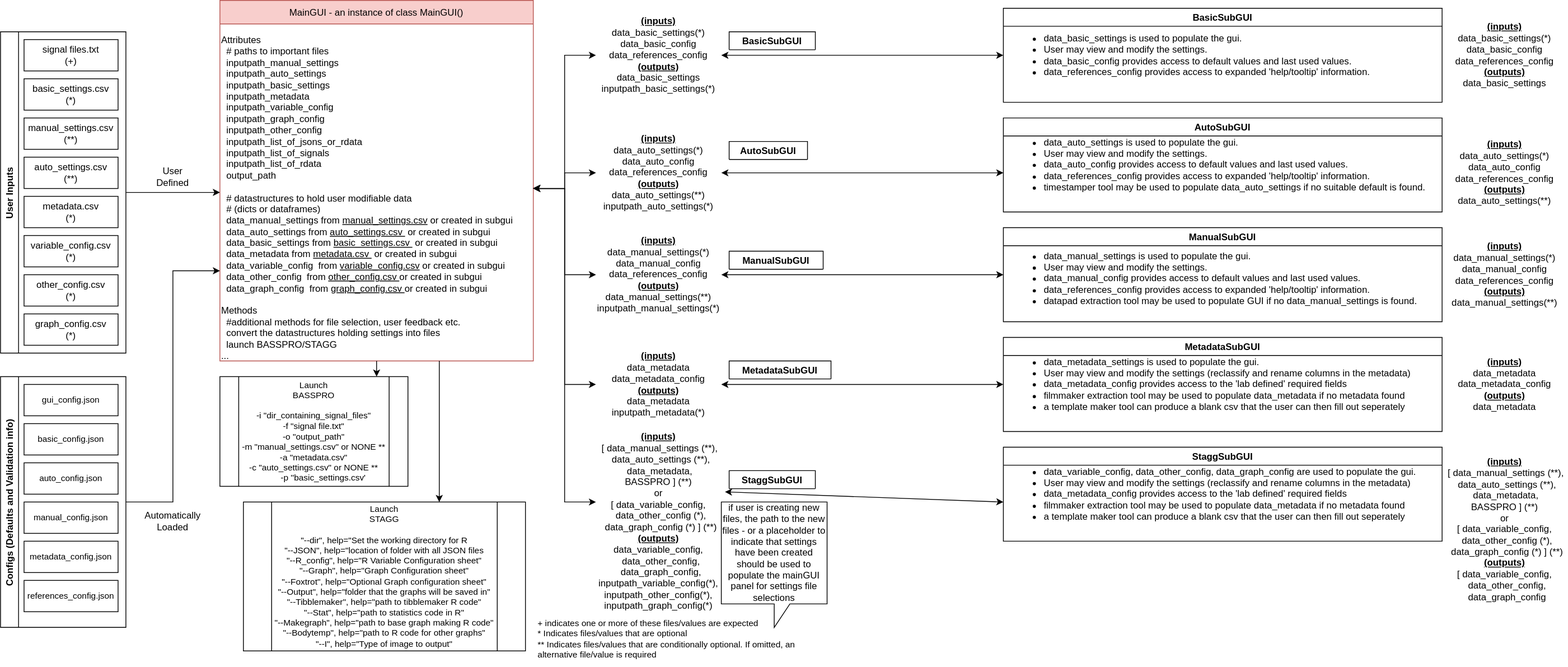
Above: subGUI-BackEnd-Schema.drawio - Copy.svg in MolecularNeurobiology/Breathe_Easy (draw.io), before the change. Source tidied: cells renumbered, new cells last; positions are measured from the earlier drawing's top-left corner, leaving out a move shared by most shapes.
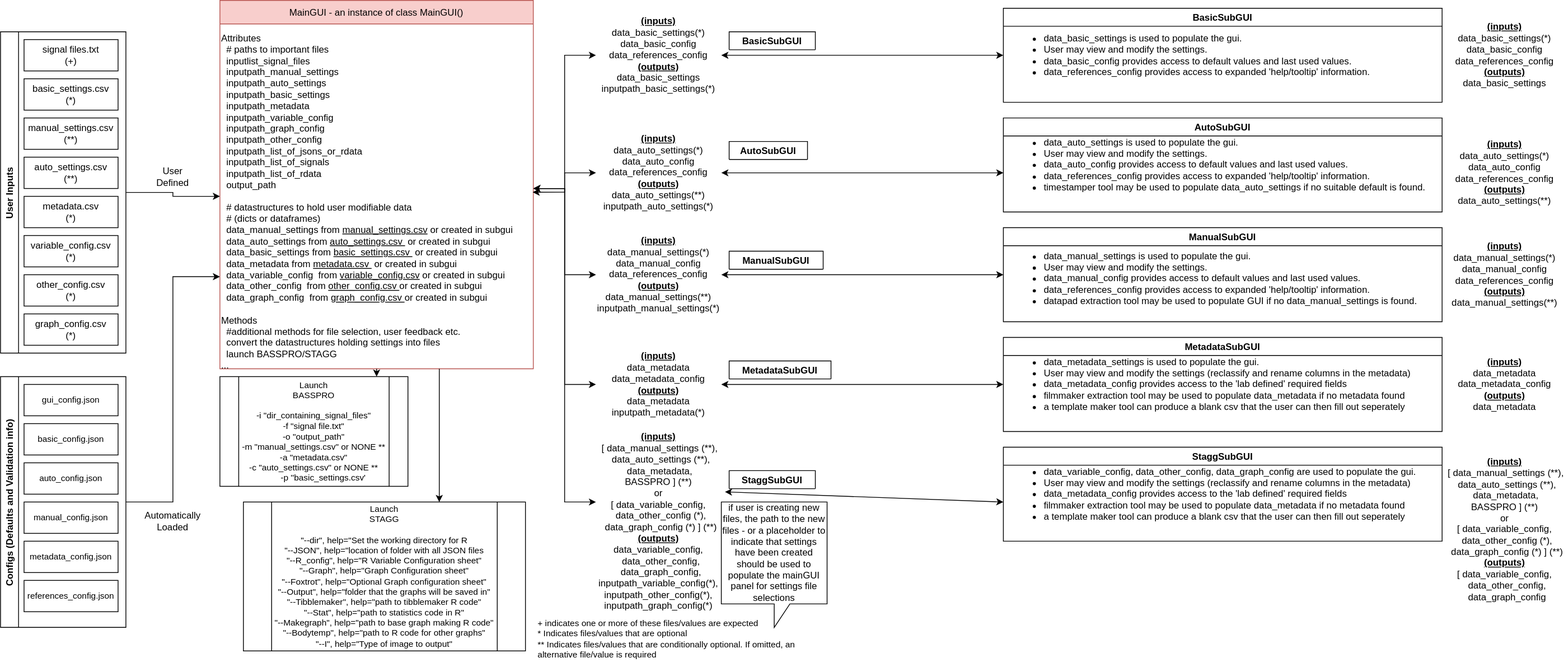
The same file after the commit.

Change to the diagram source:
```diff
@@ -3,10 +3,10 @@
     <mxCell id="0" />
     <mxCell id="1" parent="0" />
     <mxCell id="2" value="MainGUI - an instance of class MainGUI()" style="swimlane;fontStyle=0;horizontal=1;startSize=30;fillColor=#f8cecc;strokeColor=#b85450;" parent="1" vertex="1">
-      <mxGeometry x="280" width="400" height="460" as="geometry" />
+      <mxGeometry x="280" width="400" height="470" as="geometry" />
     </mxCell>
-    <mxCell id="3" value="&lt;br&gt;Attributes&lt;br style=&quot;padding: 0px ; margin: 0px&quot;&gt;&amp;nbsp; # paths to important files&lt;br style=&quot;padding: 0px ; margin: 0px&quot;&gt;&amp;nbsp; inputpath_manual_settings&lt;br style=&quot;padding: 0px ; margin: 0px&quot;&gt;&amp;nbsp; inputpath_auto_settings&lt;br style=&quot;padding: 0px ; margin: 0px&quot;&gt;&amp;nbsp; inputpath_basic_settings&lt;br style=&quot;padding: 0px ; margin: 0px&quot;&gt;&amp;nbsp; inputpath_metadata&lt;br style=&quot;padding: 0px ; margin: 0px&quot;&gt;&amp;nbsp; inputpath_variable_config&lt;br style=&quot;padding: 0px ; margin: 0px&quot;&gt;&amp;nbsp; inputpath_graph_config&lt;br style=&quot;padding: 0px ; margin: 0px&quot;&gt;&amp;nbsp; inputpath_other_config&lt;br style=&quot;padding: 0px ; margin: 0px&quot;&gt;&amp;nbsp; inputpath_list_of_jsons_or_rdata&lt;br style=&quot;padding: 0px ; margin: 0px&quot;&gt;&amp;nbsp; inputpath_list_of_signals&lt;br style=&quot;padding: 0px ; margin: 0px&quot;&gt;&amp;nbsp; inputpath_list_of_rdata&lt;br&gt;&amp;nbsp; output_path&lt;br style=&quot;padding: 0px ; margin: 0px&quot;&gt;&lt;br style=&quot;padding: 0px ; margin: 0px&quot;&gt;&amp;nbsp; # datastructures to hold user modifiable data&lt;br style=&quot;padding: 0px ; margin: 0px&quot;&gt;&amp;nbsp; # (dicts or dataframes)&lt;br style=&quot;padding: 0px ; margin: 0px&quot;&gt;&amp;nbsp; data_manual_settings from &lt;u&gt;manual_settings.csv&lt;/u&gt; or created in subgui&lt;br style=&quot;padding: 0px ; margin: 0px&quot;&gt;&amp;nbsp; data_auto_settings from &lt;u&gt;auto_settings.csv&amp;nbsp;&lt;/u&gt;&amp;nbsp;or created in subgui&lt;br style=&quot;padding: 0px ; margin: 0px&quot;&gt;&amp;nbsp; data_basic_settings from &lt;u&gt;basic_settings.csv&amp;nbsp;&lt;/u&gt;&amp;nbsp;or created in subgui&lt;br style=&quot;padding: 0px ; margin: 0px&quot;&gt;&amp;nbsp; data_metadata from &lt;u&gt;metadata.csv&amp;nbsp;&lt;/u&gt;&amp;nbsp;or created in subgui&lt;br style=&quot;padding: 0px ; margin: 0px&quot;&gt;&amp;nbsp; data_variable_config&amp;nbsp; from &lt;u&gt;variable_config.csv&lt;/u&gt; or created in subgui&lt;br style=&quot;padding: 0px ; margin: 0px&quot;&gt;&amp;nbsp; data_other_config&amp;nbsp; from &lt;u&gt;other_config.csv &lt;/u&gt;or created in subgui&lt;br style=&quot;padding: 0px ; margin: 0px&quot;&gt;&amp;nbsp; data_graph_config&amp;nbsp; from &lt;u&gt;graph_config.csv &lt;/u&gt;or created in subgui&lt;br&gt;&lt;br&gt;Methods&lt;br&gt;&amp;nbsp; #additional methods for file selection, user feedback etc.&lt;br&gt;&amp;nbsp; convert the datastructures holding settings into files &lt;br&gt;&amp;nbsp; launch BASSPRO/STAGG&lt;br&gt;..." style="text;html=1;align=left;verticalAlign=middle;points=[];strokeColor=none;fillColor=none;" parent="2" vertex="1">
-      <mxGeometry y="30" width="400" height="430" as="geometry" />
+    <mxCell id="3" value="&lt;br&gt;Attributes&lt;br style=&quot;padding: 0px ; margin: 0px&quot;&gt;&amp;nbsp; # paths to important files&lt;br&gt;&amp;nbsp; inputlist_signal_files&lt;br style=&quot;padding: 0px ; margin: 0px&quot;&gt;&amp;nbsp; inputpath_manual_settings&lt;br style=&quot;padding: 0px ; margin: 0px&quot;&gt;&amp;nbsp; inputpath_auto_settings&lt;br style=&quot;padding: 0px ; margin: 0px&quot;&gt;&amp;nbsp; inputpath_basic_settings&lt;br style=&quot;padding: 0px ; margin: 0px&quot;&gt;&amp;nbsp; inputpath_metadata&lt;br style=&quot;padding: 0px ; margin: 0px&quot;&gt;&amp;nbsp; inputpath_variable_config&lt;br style=&quot;padding: 0px ; margin: 0px&quot;&gt;&amp;nbsp; inputpath_graph_config&lt;br style=&quot;padding: 0px ; margin: 0px&quot;&gt;&amp;nbsp; inputpath_other_config&lt;br style=&quot;padding: 0px ; margin: 0px&quot;&gt;&amp;nbsp; inputpath_list_of_jsons_or_rdata&lt;br style=&quot;padding: 0px ; margin: 0px&quot;&gt;&amp;nbsp; inputpath_list_of_signals&lt;br style=&quot;padding: 0px ; margin: 0px&quot;&gt;&amp;nbsp; inputpath_list_of_rdata&lt;br&gt;&amp;nbsp; output_path&lt;br style=&quot;padding: 0px ; margin: 0px&quot;&gt;&lt;br style=&quot;padding: 0px ; margin: 0px&quot;&gt;&amp;nbsp; # datastructures to hold user modifiable data&lt;br style=&quot;padding: 0px ; margin: 0px&quot;&gt;&amp;nbsp; # (dicts or dataframes)&lt;br style=&quot;padding: 0px ; margin: 0px&quot;&gt;&amp;nbsp; data_manual_settings from &lt;u&gt;manual_settings.csv&lt;/u&gt; or created in subgui&lt;br style=&quot;padding: 0px ; margin: 0px&quot;&gt;&amp;nbsp; data_auto_settings from &lt;u&gt;auto_settings.csv&amp;nbsp;&lt;/u&gt;&amp;nbsp;or created in subgui&lt;br style=&quot;padding: 0px ; margin: 0px&quot;&gt;&amp;nbsp; data_basic_settings from &lt;u&gt;basic_settings.csv&amp;nbsp;&lt;/u&gt;&amp;nbsp;or created in subgui&lt;br style=&quot;padding: 0px ; margin: 0px&quot;&gt;&amp;nbsp; data_metadata from &lt;u&gt;metadata.csv&amp;nbsp;&lt;/u&gt;&amp;nbsp;or created in subgui&lt;br style=&quot;padding: 0px ; margin: 0px&quot;&gt;&amp;nbsp; data_variable_config&amp;nbsp; from &lt;u&gt;variable_config.csv&lt;/u&gt; or created in subgui&lt;br style=&quot;padding: 0px ; margin: 0px&quot;&gt;&amp;nbsp; data_other_config&amp;nbsp; from &lt;u&gt;other_config.csv &lt;/u&gt;or created in subgui&lt;br style=&quot;padding: 0px ; margin: 0px&quot;&gt;&amp;nbsp; data_graph_config&amp;nbsp; from &lt;u&gt;graph_config.csv &lt;/u&gt;or created in subgui&lt;br&gt;&lt;br&gt;Methods&lt;br&gt;&amp;nbsp; #additional methods for file selection, user feedback etc.&lt;br&gt;&amp;nbsp; convert the datastructures holding settings into files &lt;br&gt;&amp;nbsp; launch BASSPRO/STAGG&lt;br&gt;..." style="text;html=1;align=left;verticalAlign=middle;points=[];strokeColor=none;fillColor=none;" parent="2" vertex="1">
+      <mxGeometry y="30" width="400" height="440" as="geometry" />
     </mxCell>
     <mxCell id="4" value="BasicSubGUI" style="swimlane;" parent="1" vertex="1">
       <mxGeometry x="1280" y="10" width="560" height="120" as="geometry" />
```
